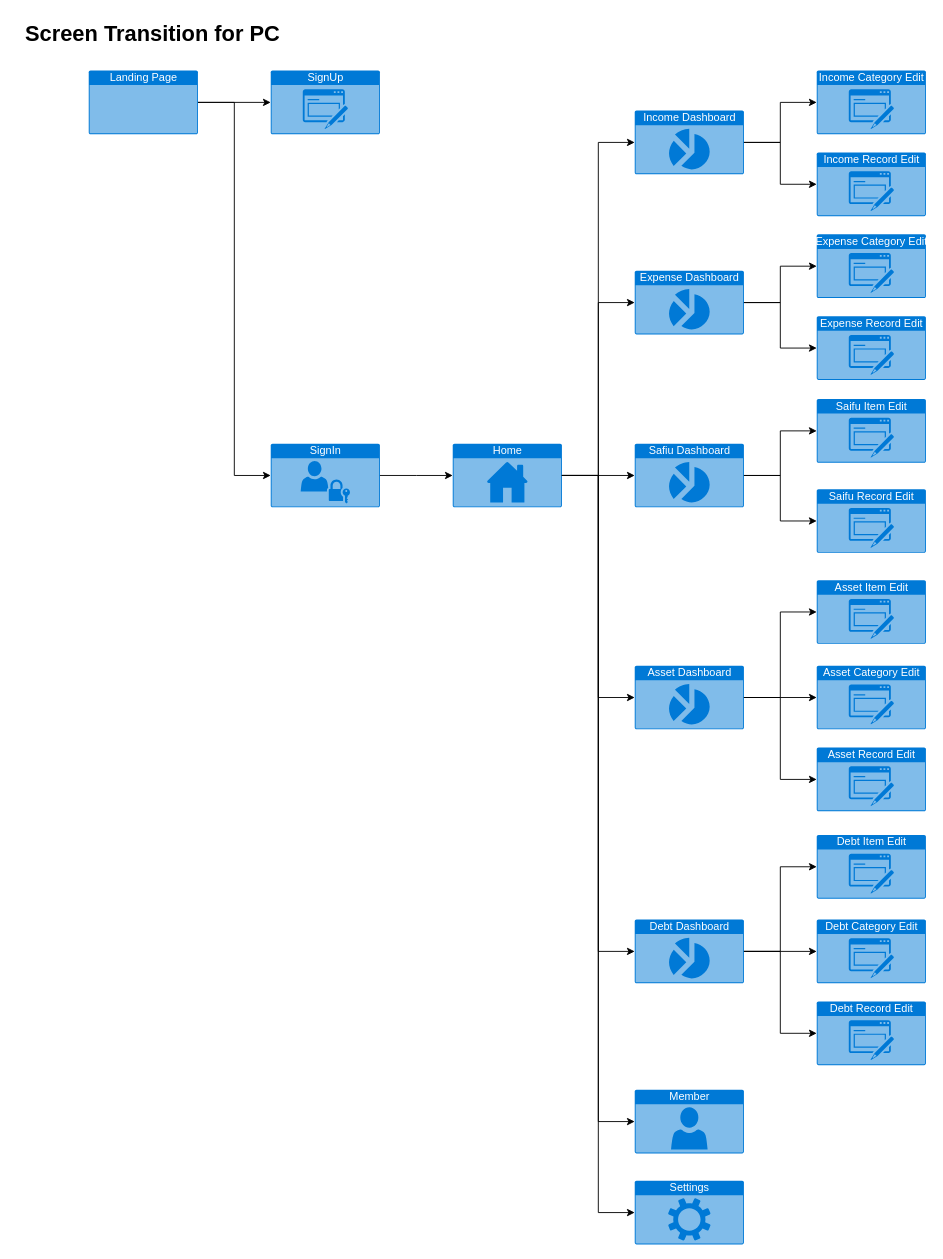
This is page "ScreenTransition" (3 of 4) of documents/SaifuDesign.drawio from JojiKoike/saifu, a draw.io file, before an edit. Source tidied: cells renumbered, new cells numbered last; positions are measured from the earlier drawing's top-left corner, leaving out a move shared by most shapes. Both pictures are drawn from the tidied source at 91%, with x=0, y=0 at pixel (15, 15).
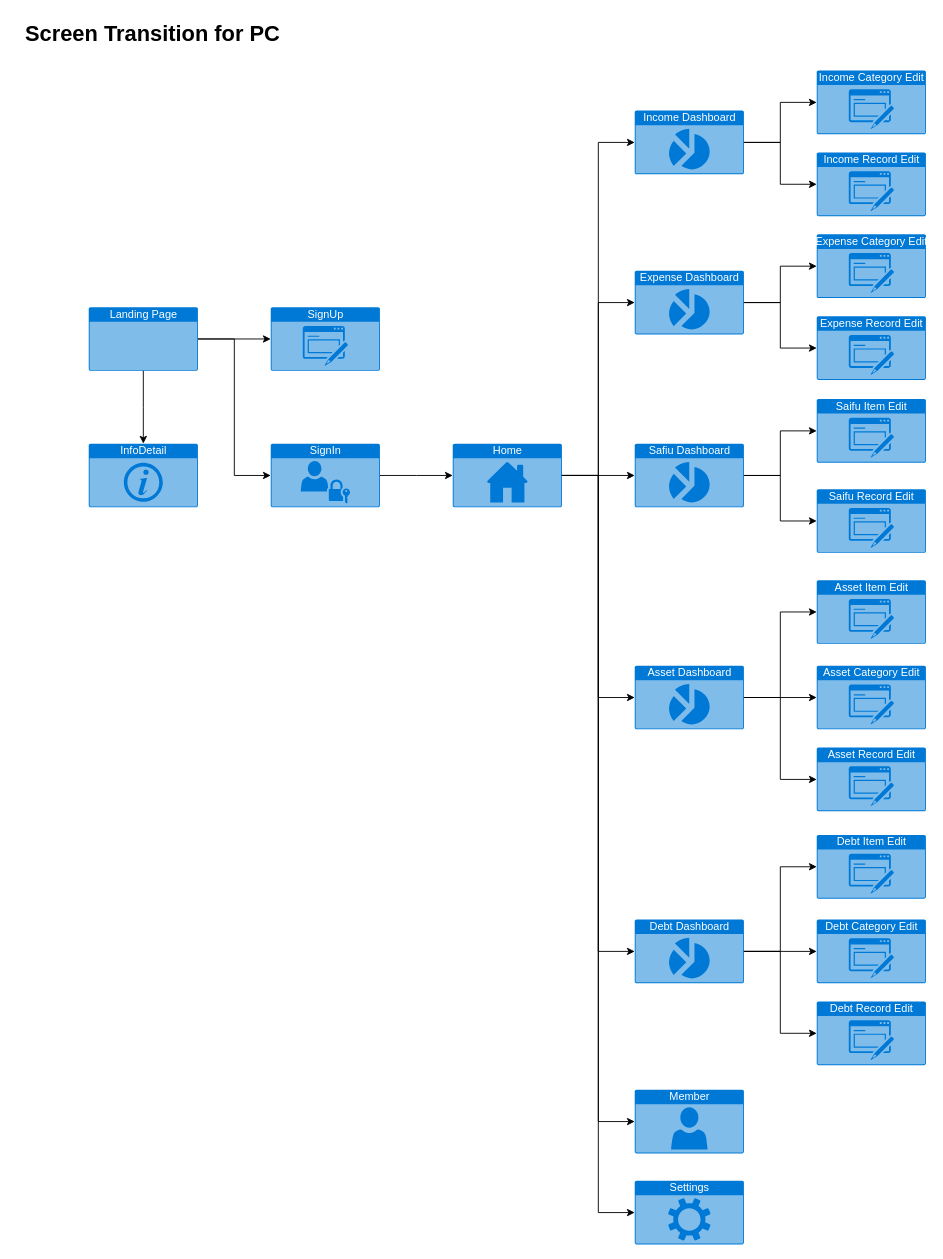
After the change.

Change to the diagram source:
```diff
@@
     <mxCell id="4" value="Landing Page" style="html=1;strokeColor=none;fillColor=#0079D6;labelPosition=center;verticalLabelPosition=middle;verticalAlign=top;align=center;fontSize=12;outlineConnect=0;spacingTop=-6;fontColor=#FFFFFF;shape=mxgraph.sitemap.page;" parent="1" vertex="1">
-      <mxGeometry x="80" y="60" width="120" height="70" as="geometry" />
+      <mxGeometry x="80" y="320" width="120" height="70" as="geometry" />
     </mxCell>
@@
     <mxCell id="9" value="SignUp" style="html=1;strokeColor=none;fillColor=#0079D6;labelPosition=center;verticalLabelPosition=middle;verticalAlign=top;align=center;fontSize=12;outlineConnect=0;spacingTop=-6;fontColor=#FFFFFF;shape=mxgraph.sitemap.form;" parent="1" vertex="1">
-      <mxGeometry x="280" y="60" width="120" height="70" as="geometry" />
+      <mxGeometry x="280" y="320" width="120" height="70" as="geometry" />
     </mxCell>
@@
+    <mxCell id="49" value="InfoDetail" style="html=1;strokeColor=none;fillColor=#0079D6;labelPosition=center;verticalLabelPosition=middle;verticalAlign=top;align=center;fontSize=12;outlineConnect=0;spacingTop=-6;fontColor=#FFFFFF;shape=mxgraph.sitemap.info;" parent="1" vertex="1">
+      <mxGeometry x="80" y="470" width="120" height="70" as="geometry" />
+    </mxCell>
+    <mxCell id="50" style="edgeStyle=elbowEdgeStyle;rounded=0;jettySize=auto;html=1;exitX=0.5;exitY=1;exitDx=0;exitDy=0;exitPerimeter=0;entryX=0.5;entryY=0;entryDx=0;entryDy=0;entryPerimeter=0;" parent="1" edge="1" source="4" target="49">
+      <mxGeometry relative="1" as="geometry" />
+    </mxCell>
```
